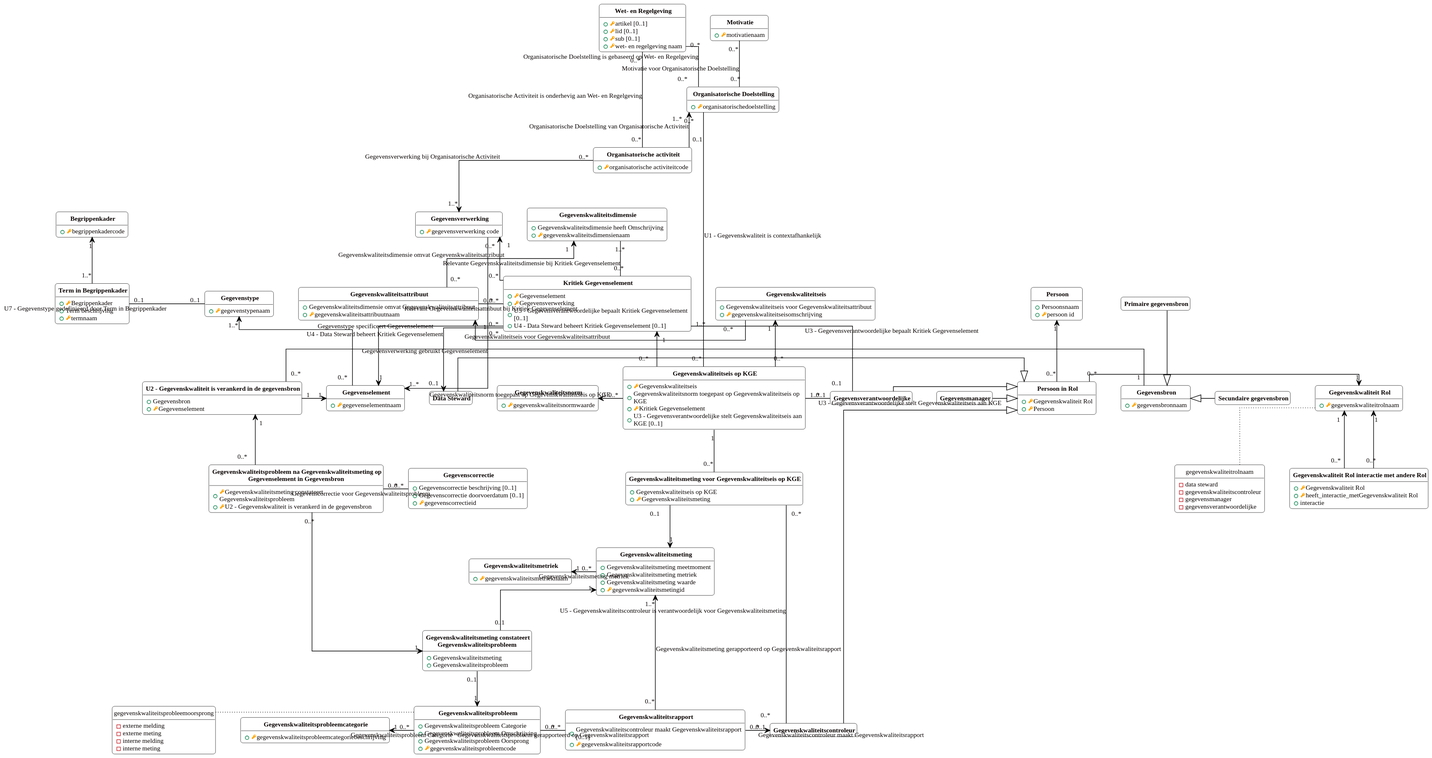
cdojenv/modellen keeps this PlantUML diagram as gegevenskwaliteitsbeleid/logische-modellen/gegevenskwaliteitsbeleid.uml.svg. Above is the earlier version.
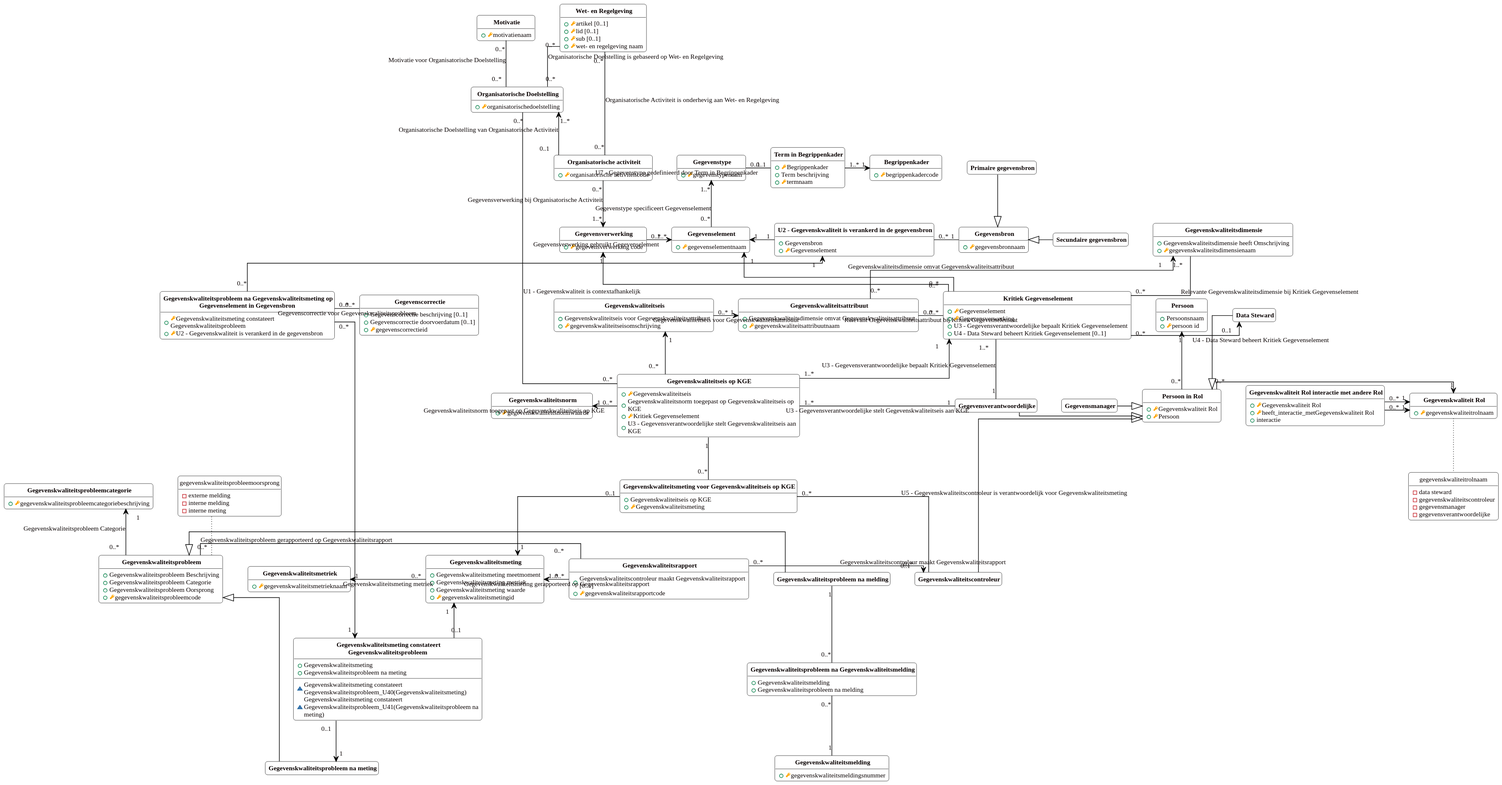
After the change.

Commit message:
feat: publicatie gegevenskwaliteitsbeleid v1.0

The edit, as a diff of the source:
```diff
@@ -4,6 +4,7 @@
 hide circle
 hide stereotype
 hide empty members
+hide empty description
 skinparam linetype ortho
 skinparam wrapWidth 300
 skinparam backgroundColor transparent
@@ -30,20 +31,17 @@
   }
 
 enum "gegevenskwaliteitrolnaam" as gegevenskwaliteitrolnaam  {
-- data steward
-- gegevenskwaliteitscontroleur
-- gegevensmanager
-- gegevensverantwoordelijke
+ - data steward
+ - gegevenskwaliteitscontroleur
+ - gegevensmanager
+ - gegevensverantwoordelijke
 }
-hide gegevenskwaliteitrolnaam methods
 
 enum "gegevenskwaliteitsprobleemoorsprong" as gegevenskwaliteitsprobleemoorsprong  {
-- externe melding
-- externe meting
-- interne melding
-- interne meting
+ - externe melding
+ - interne melding
+ - interne meting
 }
-hide gegevenskwaliteitsprobleemoorsprong methods
 
 class "** Begrippenkader **" as Begrippenkader  [[#Begrippenkader]]  {
   +<color orange><&key></color>begrippenkadercode
@@ -98,7 +96,11 @@
   +<color orange><&key></color>Gegevenskwaliteitseis
   +Gegevenskwaliteitsnorm toegepast op Gegevenskwaliteitseis op KGE
   +<color orange><&key></color>Kritiek Gegevenselement
-  +U3 <U+002D> Gegevensverantwoordelijke stelt Gegevenskwaliteitseis aan KGE [0..1]
+  +U3 <U+002D> Gegevensverantwoordelijke stelt Gegevenskwaliteitseis aan KGE
+  }
+
+class "** Gegevenskwaliteitsmelding **" as Gegevenskwaliteitsmelding  [[#Gegevenskwaliteitsmelding]]  {
+  +<color orange><&key></color>gegevenskwaliteitsmeldingsnummer
   }
 
 class "** Gegevenskwaliteitsmeting **" as Gegevenskwaliteitsmeting  [[#Gegevenskwaliteitsmeting]]  {
@@ -110,7 +112,10 @@
 
 class "** Gegevenskwaliteitsmeting constateert Gegevenskwaliteitsprobleem **" as Gegevenskwaliteitsmeting__constateert__Gegevenskwaliteitsprobleem  [[#Gegevenskwaliteitsmeting+constateert+Gegevenskwaliteitsprobleem]]  {
   +Gegevenskwaliteitsmeting
-  +Gegevenskwaliteitsprobleem
+  +Gegevenskwaliteitsprobleem na meting
+  __
+  ~Gegevenskwaliteitsmeting constateert Gegevenskwaliteitsprobleem_U40(Gegevenskwaliteitsmeting)
+  ~Gegevenskwaliteitsmeting constateert Gegevenskwaliteitsprobleem_U41(Gegevenskwaliteitsprobleem na meting)
   }
 
 class "** Gegevenskwaliteitsmeting voor Gegevenskwaliteitseis op KGE **" as Gegevenskwaliteitsmeting__voor__Gegevenskwaliteitseis__op__KGE  [[#Gegevenskwaliteitsmeting+voor+Gegevenskwaliteitseis+op+KGE]]  {
@@ -127,15 +132,26 @@
   }
 
 class "** Gegevenskwaliteitsprobleem **" as Gegevenskwaliteitsprobleem  [[#Gegevenskwaliteitsprobleem]]  {
+  +Gegevenskwaliteitsprobleem Beschrijving
   +Gegevenskwaliteitsprobleem Categorie
-  +Gegevenskwaliteitsprobleem Omschrijving
   +Gegevenskwaliteitsprobleem Oorsprong
   +<color orange><&key></color>gegevenskwaliteitsprobleemcode
+  }
+
+class "** Gegevenskwaliteitsprobleem na Gegevenskwaliteitsmelding **" as Gegevenskwaliteitsprobleem__na__Gegevenskwaliteitsmelding  [[#Gegevenskwaliteitsprobleem+na+Gegevenskwaliteitsmelding]]  {
+  +Gegevenskwaliteitsmelding
+  +Gegevenskwaliteitsprobleem na melding
   }
 
 class "** Gegevenskwaliteitsprobleem na Gegevenskwaliteitsmeting op Gegevenselement in Gegevensbron **" as Gegevenskwaliteitsprobleem__na__Gegevenskwaliteitsmeting__op__Gegevenselement__in__Gegevensbron  [[#Gegevenskwaliteitsprobleem+na+Gegevenskwaliteitsmeting+op+Gegevenselement+in+Gegevensbron]]  {
   +<color orange><&key></color>Gegevenskwaliteitsmeting constateert Gegevenskwaliteitsprobleem
   +<color orange><&key></color>U2 <U+002D> Gegevenskwaliteit is verankerd in de gegevensbron
+  }
+
+class "** Gegevenskwaliteitsprobleem na melding **" as Gegevenskwaliteitsprobleem__na__melding  [[#Gegevenskwaliteitsprobleem+na+melding]]  {
+  }
+
+class "** Gegevenskwaliteitsprobleem na meting **" as Gegevenskwaliteitsprobleem__na__meting  [[#Gegevenskwaliteitsprobleem+na+meting]]  {
   }
 
 class "** Gegevenskwaliteitsprobleemcategorie **" as Gegevenskwaliteitsprobleemcategorie  [[#Gegevenskwaliteitsprobleemcategorie]]  {
@@ -164,7 +180,7 @@
 class "** Kritiek Gegevenselement **" as Kritiek__Gegevenselement  [[#Kritiek+Gegevenselement]]  {
   +<color orange><&key></color>Gegevenselement
   +<color orange><&key></color>Gegevensverwerking
-  +U3 <U+002D> Gegevensverantwoordelijke bepaalt Kritiek Gegevenselement [0..1]
+  +U3 <U+002D> Gegevensverantwoordelijke bepaalt Kritiek Gegevenselement
   +U4 <U+002D> Data Steward beheert Kritiek Gegevenselement [0..1]
   }
 
@@ -216,34 +232,38 @@
 
   Gegevensbron <|-up- Primaire__gegevensbron
   Gegevensbron <|-right- Secundaire__gegevensbron
+  Gegevenskwaliteitsprobleem <|-right- Gegevenskwaliteitsprobleem__na__melding
+  Gegevenskwaliteitsprobleem <|-right- Gegevenskwaliteitsprobleem__na__meting
   Persoon__in__Rol <|-left- Data__Steward
   Persoon__in__Rol <|-down- Gegevenskwaliteitscontroleur
   Persoon__in__Rol <|-left- Gegevensmanager
   Persoon__in__Rol <|-left- Gegevensverantwoordelijke
 
   Gegevenskwaliteitsprobleem__na__Gegevenskwaliteitsmeting__op__Gegevenselement__in__Gegevensbron "0..*"  -right-  "0..*" Gegevenscorrectie : Gegevenscorrectie voor Gegevenskwaliteitsprobleem
-  Gegevenskwaliteit__Rol__interactie__met__andere__Rol "0..*"  -up->  "1" Gegevenskwaliteit__Rol
-  Gegevenskwaliteit__Rol__interactie__met__andere__Rol "0..*"  -up->  "1" Gegevenskwaliteit__Rol
+  Gegevenskwaliteit__Rol__interactie__met__andere__Rol "0..*"  -right->  "1" Gegevenskwaliteit__Rol
+  Gegevenskwaliteit__Rol__interactie__met__andere__Rol "0..*"  -right->  "1" Gegevenskwaliteit__Rol
   Gegevenskwaliteitsrapport "0..*"  -right->  "0..1" Gegevenskwaliteitscontroleur : Gegevenskwaliteitscontroleur maakt Gegevenskwaliteitsrapport
   Gegevenskwaliteitsattribuut "0..*"  -up->  "1" Gegevenskwaliteitsdimensie : Gegevenskwaliteitsdimensie omvat Gegevenskwaliteitsattribuut
   Gegevenskwaliteitseis__op__KGE "0..*"  -left->  "1" Gegevenskwaliteitseis
-  Gegevenskwaliteitseis__op__KGE "0..*"  -up->  "1" Kritiek__Gegevenselement
+  Gegevenskwaliteitseis__op__KGE "1..*"  -up->  "1" Kritiek__Gegevenselement
   Gegevenskwaliteitseis "0..*"  -left->  "1" Gegevenskwaliteitsattribuut : Gegevenskwaliteitseis voor Gegevenskwaliteitsattribuut
   Gegevenskwaliteitsmeting__constateert__Gegevenskwaliteitsprobleem "0..1"  -up->  "1" Gegevenskwaliteitsmeting
-  Gegevenskwaliteitsmeting__constateert__Gegevenskwaliteitsprobleem "0..1"  -down->  "1" Gegevenskwaliteitsprobleem
-  Gegevenskwaliteitsmeting "1..*"  <-down-  "0..*" Gegevenskwaliteitsrapport : Gegevenskwaliteitsmeting gerapporteerd op Gegevenskwaliteitsrapport
+  Gegevenskwaliteitsmeting__constateert__Gegevenskwaliteitsprobleem "0..1"  -down->  "1" Gegevenskwaliteitsprobleem__na__meting
+  Gegevenskwaliteitsmeting "1..*"  <-right-  "0..*" Gegevenskwaliteitsrapport : Gegevenskwaliteitsmeting gerapporteerd op Gegevenskwaliteitsrapport
   Gegevenskwaliteitsmeting "0..*"  -left->  "1" Gegevenskwaliteitsmetriek : Gegevenskwaliteitsmeting metriek
   Gegevenskwaliteitsmeting__voor__Gegevenskwaliteitseis__op__KGE "0..*"  -up-  "1" Gegevenskwaliteitseis__op__KGE
   Gegevenskwaliteitsmeting__voor__Gegevenskwaliteitseis__op__KGE "0..1"  -down->  "1" Gegevenskwaliteitsmeting
   Gegevenskwaliteitseis__op__KGE "0..*"  -left->  "1" Gegevenskwaliteitsnorm : Gegevenskwaliteitsnorm toegepast op Gegevenskwaliteitseis op KGE
-  Gegevenskwaliteitsprobleem "0..*"  -left->  "1" Gegevenskwaliteitsprobleemcategorie : Gegevenskwaliteitsprobleem Categorie
+  Gegevenskwaliteitsprobleem "0..*"  -up->  "1" Gegevenskwaliteitsprobleemcategorie : Gegevenskwaliteitsprobleem Categorie
   Gegevenskwaliteitsrapport "0..*"  -left-  "0..*" Gegevenskwaliteitsprobleem : Gegevenskwaliteitsprobleem gerapporteerd op Gegevenskwaliteitsrapport
-  Gegevenskwaliteitsprobleem__na__Gegevenskwaliteitsmeting__op__Gegevenselement__in__Gegevensbron "0..*"  -right->  "1" Gegevenskwaliteitsmeting__constateert__Gegevenskwaliteitsprobleem
+  Gegevenskwaliteitsprobleem__na__Gegevenskwaliteitsmelding "0..*"  -down-  "1" Gegevenskwaliteitsmelding
+  Gegevenskwaliteitsprobleem__na__Gegevenskwaliteitsmelding "0..*"  -up-  "1" Gegevenskwaliteitsprobleem__na__melding
+  Gegevenskwaliteitsprobleem__na__Gegevenskwaliteitsmeting__op__Gegevenselement__in__Gegevensbron "0..*"  -down->  "1" Gegevenskwaliteitsmeting__constateert__Gegevenskwaliteitsprobleem
   Gegevenskwaliteitsprobleem__na__Gegevenskwaliteitsmeting__op__Gegevenselement__in__Gegevensbron "0..*"  -up->  "1" U2____Gegevenskwaliteit__is__verankerd__in__de__gegevensbron
   Gegevenstype "1..*"  <-down-  "0..*" Gegevenselement : Gegevenstype specificeert Gegevenselement
   Gegevensverwerking "1..*"  <-up-  "0..*" Organisatorische__activiteit : Gegevensverwerking bij Organisatorische Activiteit
   Gegevenselement "1..*"  <-left-  "0..*" Gegevensverwerking : Gegevensverwerking gebruikt Gegevenselement
-  Kritiek__Gegevenselement "0..*"  -down->  "1" Gegevenselement
+  Kritiek__Gegevenselement "0..*"  -up->  "1" Gegevenselement
   Kritiek__Gegevenselement "0..*"  -up->  "1" Gegevensverwerking
   Organisatorische__Doelstelling "0..*"  -up-  "0..*" Motivatie : Motivatie voor Organisatorische Doelstelling
   Wet__en__Regelgeving "0..*"  -down-  "0..*" Organisatorische__activiteit : Organisatorische Activiteit is onderhevig aan Wet<U+002D> en Regelgeving
@@ -253,15 +273,15 @@
   Persoon__in__Rol "0..*"  -up->  "1" Persoon
   Kritiek__Gegevenselement "0..*"  -left-  "0..*" Gegevenskwaliteitsattribuut : Relevant Gegevenskwaliteitsattribuut bij Kritiek Gegevenselement
   Kritiek__Gegevenselement "0..*"  -left-  "1..*" Gegevenskwaliteitsdimensie : Relevante Gegevenskwaliteitsdimensie bij Kritiek Gegevenselement
-  Term__in__Begrippenkader "1..*"  -up->  "1" Begrippenkader
+  Term__in__Begrippenkader "1..*"  -right->  "1" Begrippenkader
   Gegevenskwaliteitseis__op__KGE "0..*"  -up-  "0..*" Organisatorische__Doelstelling : U1 <U+002D> Gegevenskwaliteit is contextafhankelijk
   U2____Gegevenskwaliteit__is__verankerd__in__de__gegevensbron "0..*"  -right-  "1" Gegevensbron
   U2____Gegevenskwaliteit__is__verankerd__in__de__gegevensbron "1"  -left->  "1" Gegevenselement
-  Kritiek__Gegevenselement "1..*"  -right-  "0..1" Gegevensverantwoordelijke : U3 <U+002D> Gegevensverantwoordelijke bepaalt Kritiek Gegevenselement
-  Gegevenskwaliteitseis__op__KGE "1..*"  -right-  "0..1" Gegevensverantwoordelijke : U3 <U+002D> Gegevensverantwoordelijke stelt Gegevenskwaliteitseis aan KGE
-  Kritiek__Gegevenselement "0..*"  -down->  "0..1" Data__Steward : U4 <U+002D> Data Steward beheert Kritiek Gegevenselement
+  Kritiek__Gegevenselement "1..*"  -right-  "1" Gegevensverantwoordelijke : U3 <U+002D> Gegevensverantwoordelijke bepaalt Kritiek Gegevenselement
+  Gegevenskwaliteitseis__op__KGE "1..*"  -right-  "1" Gegevensverantwoordelijke : U3 <U+002D> Gegevensverantwoordelijke stelt Gegevenskwaliteitseis aan KGE
+  Kritiek__Gegevenselement "0..*"  -right->  "0..1" Data__Steward : U4 <U+002D> Data Steward beheert Kritiek Gegevenselement
   Gegevenskwaliteitscontroleur "0..*"  -left-  "0..*" Gegevenskwaliteitsmeting__voor__Gegevenskwaliteitseis__op__KGE : U5 <U+002D> Gegevenskwaliteitscontroleur is verantwoordelijk voor Gegevenskwaliteitsmeting
   Gegevenstype "0..1"  -right-  "0..1" Term__in__Begrippenkader : U7 <U+002D> Gegevenstype gedefinieerd door Term in Begrippenkader
   Gegevenskwaliteit__Rol -[dotted]- gegevenskwaliteitrolnaam
-  Gegevenskwaliteitsprobleem -[dotted]left- gegevenskwaliteitsprobleemoorsprong
+  Gegevenskwaliteitsprobleem -[dotted]up- gegevenskwaliteitsprobleemoorsprong
 @enduml
```
